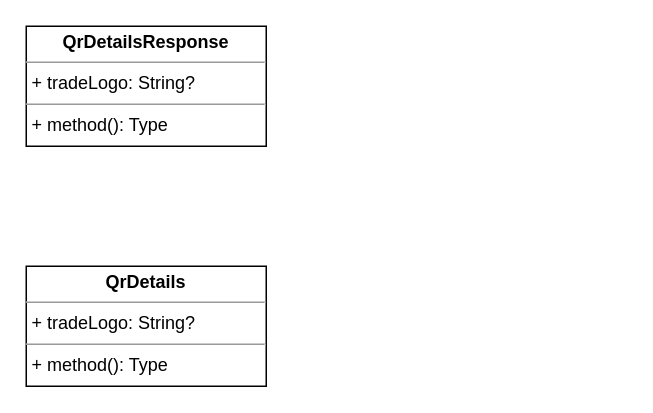
Above: UNI-17696.drawio in ShiryaevNikolay/diagrams (draw.io), before the change. Source tidied: cells renumbered, new cells numbered last; positions are measured from the earlier drawing's top-left corner, leaving out a move shared by most shapes. Both pictures are drawn from the tidied source at 150%, with x=0, y=0 at pixel (26, 26).
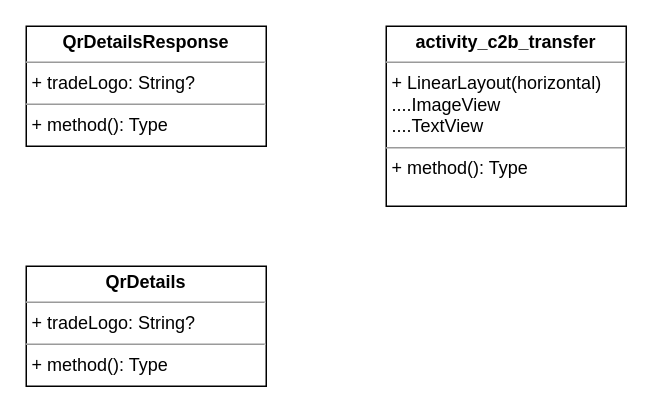
The same page after the edit.

The edit, as a diff of the source:
```diff
@@
 <mxGraphModel>
   <root>
     <mxCell id="0" />
     <mxCell id="1" parent="0" />
     <mxCell id="2" value="&lt;p style=&quot;margin:0px;margin-top:4px;text-align:center;&quot;&gt;&lt;b&gt;QrDetailsResponse&lt;/b&gt;&lt;/p&gt;&lt;hr size=&quot;1&quot;&gt;&lt;p style=&quot;margin:0px;margin-left:4px;&quot;&gt;+ tradeLogo: String?&lt;br&gt;&lt;/p&gt;&lt;hr size=&quot;1&quot;&gt;&lt;p style=&quot;margin:0px;margin-left:4px;&quot;&gt;+ method(): Type&lt;/p&gt;" style="verticalAlign=top;align=left;overflow=fill;fontSize=12;fontFamily=Helvetica;html=1;" parent="1" vertex="1">
       <mxGeometry width="160" height="80" as="geometry" />
     </mxCell>
     <mxCell id="3" value="&lt;p style=&quot;margin:0px;margin-top:4px;text-align:center;&quot;&gt;&lt;b&gt;QrDetails&lt;/b&gt;&lt;/p&gt;&lt;hr size=&quot;1&quot;&gt;&lt;p style=&quot;margin:0px;margin-left:4px;&quot;&gt;+ tradeLogo: String?&lt;br&gt;&lt;/p&gt;&lt;hr size=&quot;1&quot;&gt;&lt;p style=&quot;margin:0px;margin-left:4px;&quot;&gt;+ method(): Type&lt;/p&gt;" style="verticalAlign=top;align=left;overflow=fill;fontSize=12;fontFamily=Helvetica;html=1;" parent="1" vertex="1">
       <mxGeometry y="160" width="160" height="80" as="geometry" />
     </mxCell>
+    <mxCell id="4" value="&lt;p style=&quot;margin:0px;margin-top:4px;text-align:center;&quot;&gt;&lt;b&gt;activity_c2b_transfer&lt;/b&gt;&lt;/p&gt;&lt;hr size=&quot;1&quot;&gt;&lt;p style=&quot;margin:0px;margin-left:4px;&quot;&gt;+ LinearLayout(horizontal)&lt;/p&gt;&lt;p style=&quot;margin:0px;margin-left:4px;&quot;&gt;....ImageView&lt;/p&gt;&lt;p style=&quot;margin:0px;margin-left:4px;&quot;&gt;....TextView&lt;br&gt;&lt;/p&gt;&lt;hr size=&quot;1&quot;&gt;&lt;p style=&quot;margin:0px;margin-left:4px;&quot;&gt;+ method(): Type&lt;/p&gt;" style="verticalAlign=top;align=left;overflow=fill;fontSize=12;fontFamily=Helvetica;html=1;" parent="1" vertex="1">
+      <mxGeometry x="240" width="160" height="120" as="geometry" />
+    </mxCell>
   </root>
 </mxGraphModel>
```
